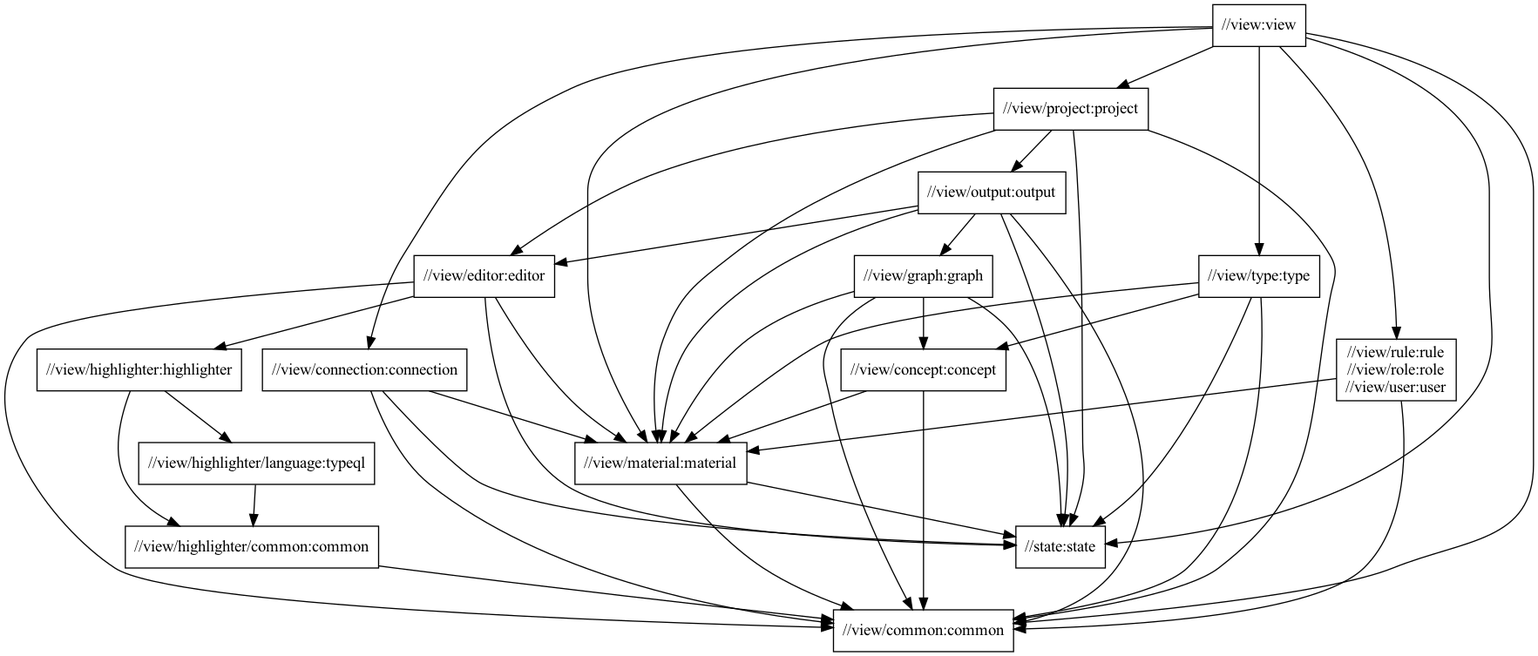
Earlier version of the Graphviz export docs/view-package-structure.png (typedb/typedb-studio). Its source is kept beside it as docs/view-package-structure.dot.
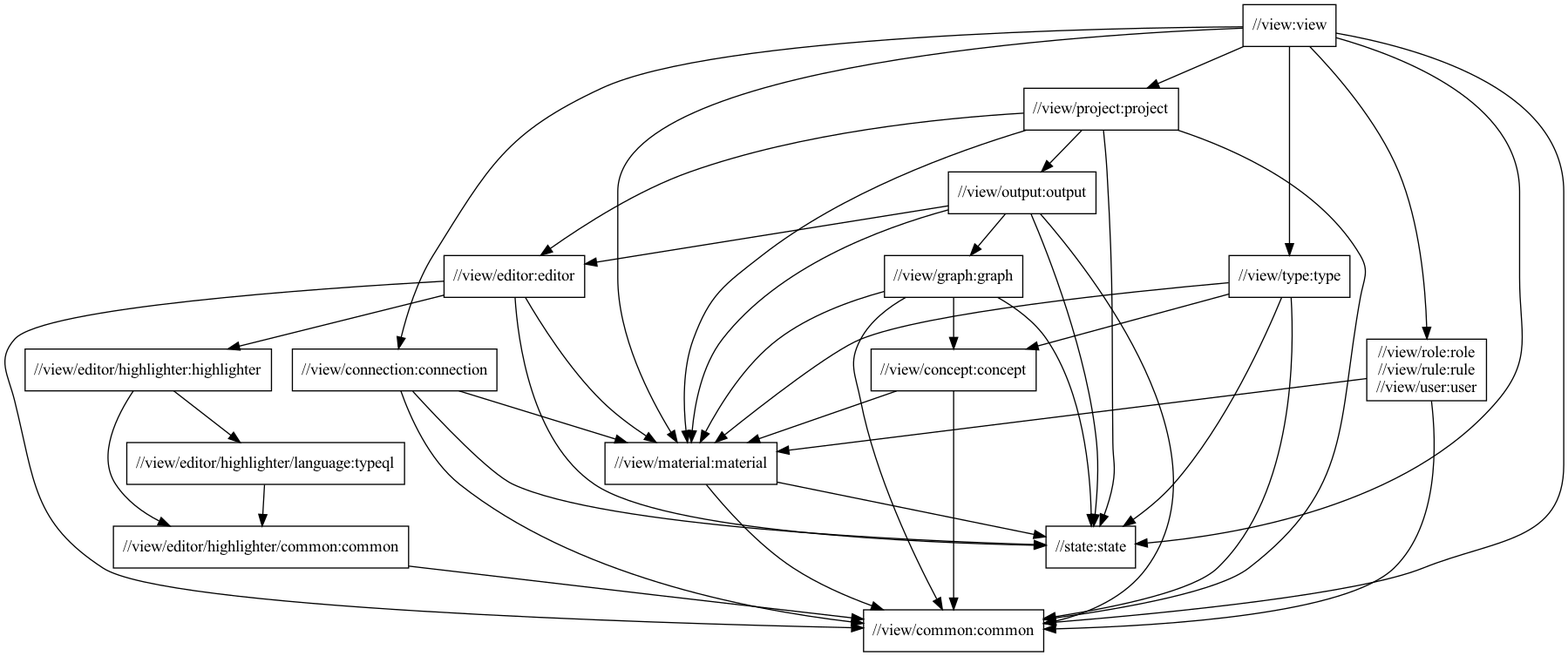
The same diagram one commit later.

Commit message:
Update package structure documentation

Change to the diagram source:
```diff
@@ -5,12 +5,9 @@
   "//view:view" -> "//view/connection:connection"
   "//view:view" -> "//view/material:material"
   "//view:view" -> "//view/project:project"
-  "//view:view" -> "//view/rule:rule\n//view/role:role\n//view/user:user"
+  "//view:view" -> "//view/role:role\n//view/rule:rule\n//view/user:user"
   "//view:view" -> "//view/type:type"
   "//view:view" -> "//state:state"
-  "//view/rule:rule\n//view/role:role\n//view/user:user"
-  "//view/rule:rule\n//view/role:role\n//view/user:user" -> "//view/common:common"
-  "//view/rule:rule\n//view/role:role\n//view/user:user" -> "//view/material:material"
   "//view/type:type"
   "//view/type:type" -> "//view/common:common"
   "//view/type:type" -> "//view/concept:concept"
@@ -33,28 +30,31 @@
   "//view/graph:graph" -> "//view/concept:concept"
   "//view/graph:graph" -> "//view/material:material"
   "//view/graph:graph" -> "//state:state"
+  "//view/concept:concept"
+  "//view/concept:concept" -> "//view/common:common"
+  "//view/concept:concept" -> "//view/material:material"
   "//view/editor:editor"
   "//view/editor:editor" -> "//view/common:common"
-  "//view/editor:editor" -> "//view/highlighter:highlighter"
+  "//view/editor:editor" -> "//view/editor/highlighter:highlighter"
   "//view/editor:editor" -> "//view/material:material"
   "//view/editor:editor" -> "//state:state"
-  "//view/highlighter:highlighter"
-  "//view/highlighter:highlighter" -> "//view/highlighter/common:common"
-  "//view/highlighter:highlighter" -> "//view/highlighter/language:typeql"
-  "//view/highlighter/language:typeql"
-  "//view/highlighter/language:typeql" -> "//view/highlighter/common:common"
   "//view/connection:connection"
   "//view/connection:connection" -> "//view/common:common"
   "//view/connection:connection" -> "//view/material:material"
   "//view/connection:connection" -> "//state:state"
-  "//view/highlighter/common:common"
-  "//view/highlighter/common:common" -> "//view/common:common"
-  "//view/concept:concept"
-  "//view/concept:concept" -> "//view/common:common"
-  "//view/concept:concept" -> "//view/material:material"
+  "//view/role:role\n//view/rule:rule\n//view/user:user"
+  "//view/role:role\n//view/rule:rule\n//view/user:user" -> "//view/common:common"
+  "//view/role:role\n//view/rule:rule\n//view/user:user" -> "//view/material:material"
   "//view/material:material"
   "//view/material:material" -> "//view/common:common"
   "//view/material:material" -> "//state:state"
+  "//state:state"
+  "//view/editor/highlighter:highlighter"
+  "//view/editor/highlighter:highlighter" -> "//view/editor/highlighter/common:common"
+  "//view/editor/highlighter:highlighter" -> "//view/editor/highlighter/language:typeql"
+  "//view/editor/highlighter/language:typeql"
+  "//view/editor/highlighter/language:typeql" -> "//view/editor/highlighter/common:common"
+  "//view/editor/highlighter/common:common"
+  "//view/editor/highlighter/common:common" -> "//view/common:common"
   "//view/common:common"
-  "//state:state"
 }
```
